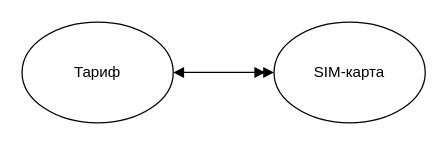
Earlier version of the draw.io diagram page "task-2" (2 of 2) of coursework/graphics/drawio/manager-tasks.drawio (markov-avl/DatabaseDevelopmentTechnology). Source tidied: cells renumbered, new cells numbered last; positions are measured from the earlier drawing's top-left corner, leaving out a move shared by most shapes. Both pictures are drawn from the tidied source at 126%, with x=0, y=0 at pixel (21, 21).
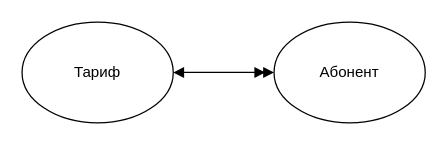
Above is the later version.

Diff of the diagram source:
```diff
@@
 <mxGraphModel>
   <root>
     <mxCell id="0" />
     <mxCell id="1" parent="0" />
     <mxCell id="2" value="Тариф" style="ellipse;whiteSpace=wrap;html=1;" parent="1" vertex="1">
       <mxGeometry width="120" height="80" as="geometry" />
     </mxCell>
-    <mxCell id="3" value="SIM-карта" style="ellipse;whiteSpace=wrap;html=1;" parent="1" vertex="1">
+    <mxCell id="3" value="Абонент" style="ellipse;whiteSpace=wrap;html=1;" parent="1" vertex="1">
       <mxGeometry x="200" width="120" height="80" as="geometry" />
     </mxCell>
     <mxCell id="4" style="endArrow=doubleBlock;startArrow=block;html=1;rounded=0;startFill=1;endFill=1;" parent="1" edge="1" source="2" target="3">
       <mxGeometry relative="1" as="geometry" />
     </mxCell>
   </root>
 </mxGraphModel>
```
